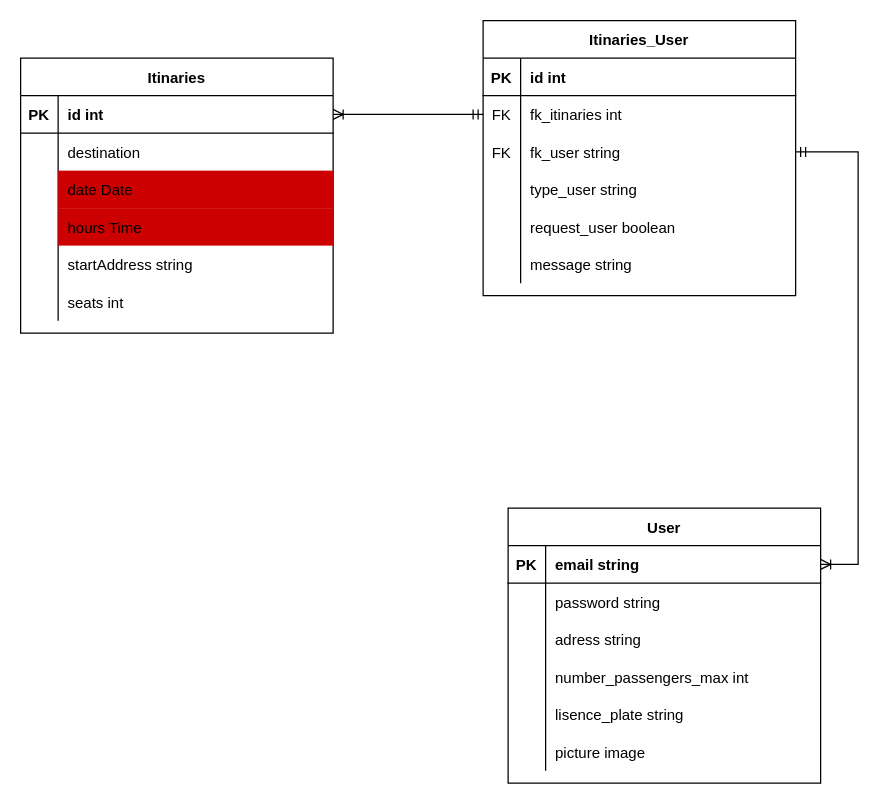
jmimassi/Carpooling keeps this draw.io diagram as page "Page-1" (1 of 7) of Diagramme relationnel.drawio. Above is the earlier version. Source tidied: cells renumbered, new cells numbered last; positions are measured from the earlier drawing's top-left corner, leaving out a move shared by most shapes. Both pictures are drawn from the tidied source at 125%, with x=0, y=0 at pixel (20, 20).
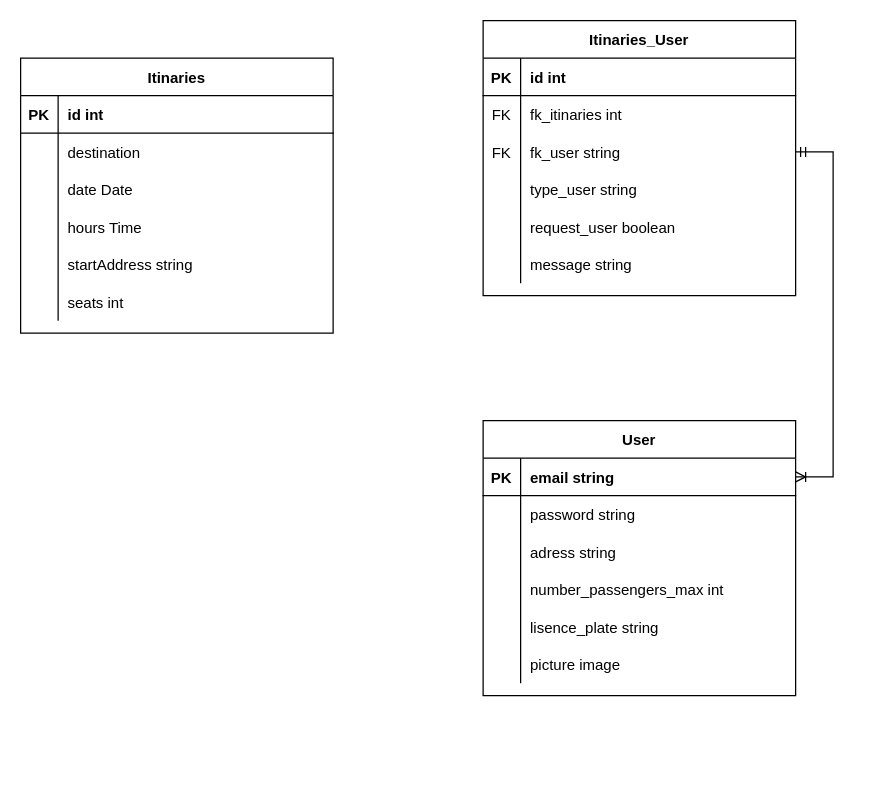
Above is the later version.

Unchanged cells that the change refers to:
```xml
<mxCell id="2" value="Itinaries" style="shape=table;startSize=30;childLayout=tableLayout;rowLines=0;fontStyle=1;align=center;" parent="1" vertex="1">
  <mxGeometry y="30" width="250" height="220" as="geometry" />
</mxCell>
<mxCell id="3" style="shape=partialRectangle;fillColor=none;points=[[0,0.5],[1,0.5]];portConstraint=eastwest;top=0;left=0;right=0;bottom=1;" parent="2" vertex="1">
  <mxGeometry y="30" width="250" height="30" as="geometry" />
</mxCell>
<mxCell id="12" style="shape=partialRectangle;fillColor=none;top=0;left=0;right=0;bottom=0;" parent="2" vertex="1">
  <mxGeometry y="120" width="250" height="30" as="geometry" />
</mxCell>
<mxCell id="44" style="shape=tableRow;horizontal=0;startSize=0;swimlaneHead=0;swimlaneBody=0;fillColor=none;points=[[0,0.5],[1,0.5]];portConstraint=eastwest;top=0;left=0;right=0;bottom=0;" parent="40" vertex="1">
  <mxGeometry y="60" width="250" height="30" as="geometry" />
</mxCell>
```

Diff of the diagram source:
```diff
@@
-    <mxCell id="9" style="shape=partialRectangle;fillColor=none;top=0;left=0;right=0;bottom=0;" parent="2" vertex="1">
+    <mxCell id="9" style="shape=partialRectangle;top=0;left=0;right=0;bottom=0;fillColor=none;" parent="2" vertex="1">
       <mxGeometry y="90" width="250" height="30" as="geometry" />
     </mxCell>
@@
-    <mxCell id="11" value="date Date" style="shape=partialRectangle;overflow=hidden;fillColor=#CC0000;top=0;left=0;bottom=0;right=0;align=left;spacingLeft=6;strokeColor=#FFFF33;" parent="9" vertex="1">
+    <mxCell id="11" value="date Date" style="shape=partialRectangle;overflow=hidden;fillColor=none;top=0;left=0;bottom=0;right=0;align=left;spacingLeft=6;strokeColor=#FFFF33;" parent="9" vertex="1">
       <mxGeometry x="30" width="220" height="30" as="geometry" />
     </mxCell>
@@
-    <mxCell id="14" value="hours Time" style="shape=partialRectangle;overflow=hidden;fillColor=#CC0000;top=0;left=0;bottom=0;right=0;align=left;spacingLeft=6;strokeColor=#F0F0F0;" parent="12" vertex="1">
+    <mxCell id="14" value="hours Time" style="shape=partialRectangle;overflow=hidden;fillColor=none;top=0;left=0;bottom=0;right=0;align=left;spacingLeft=6;strokeColor=#F0F0F0;" parent="12" vertex="1">
       <mxGeometry x="30" width="220" height="30" as="geometry" />
     </mxCell>
@@
     <mxCell id="21" value="User" style="shape=table;startSize=30;childLayout=tableLayout;rowLines=0;fontStyle=1;align=center;" parent="1" vertex="1">
-      <mxGeometry x="390" y="390" width="250" height="220" as="geometry" />
+      <mxGeometry x="370" y="320" width="250" height="220" as="geometry" />
     </mxCell>
@@
-    <mxCell id="60" style="edgeStyle=entityRelationEdgeStyle;fontSize=12;html=1;endArrow=ERoneToMany;startArrow=ERmandOne;rounded=0;" parent="1" edge="1" source="44" target="3">
-      <mxGeometry relative="1" as="geometry" />
-    </mxCell>
```
